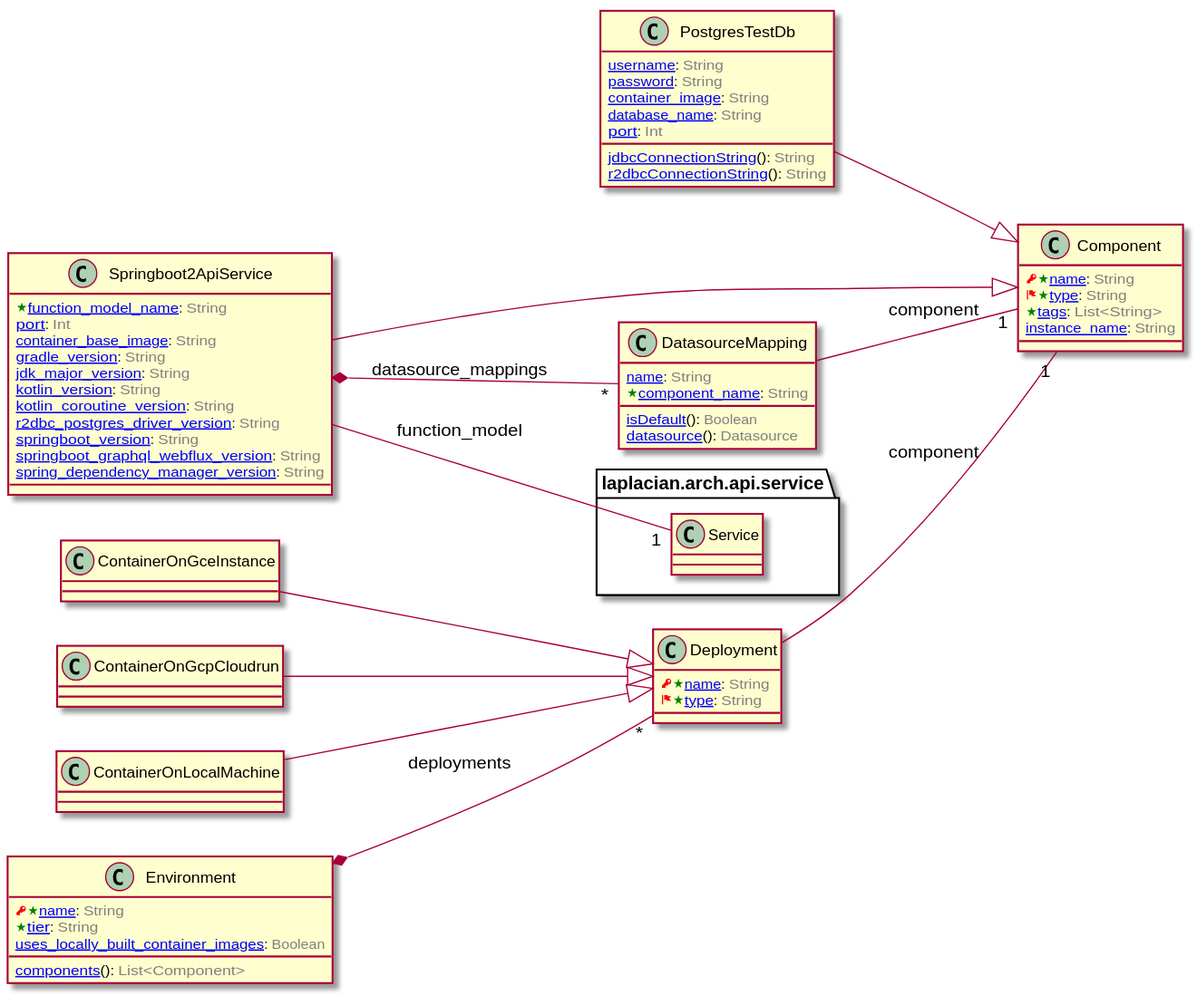
The PlantUML diagram doc/image/model-diagram.svg in laplacian-arch/deployment.domain-model, before a commit.
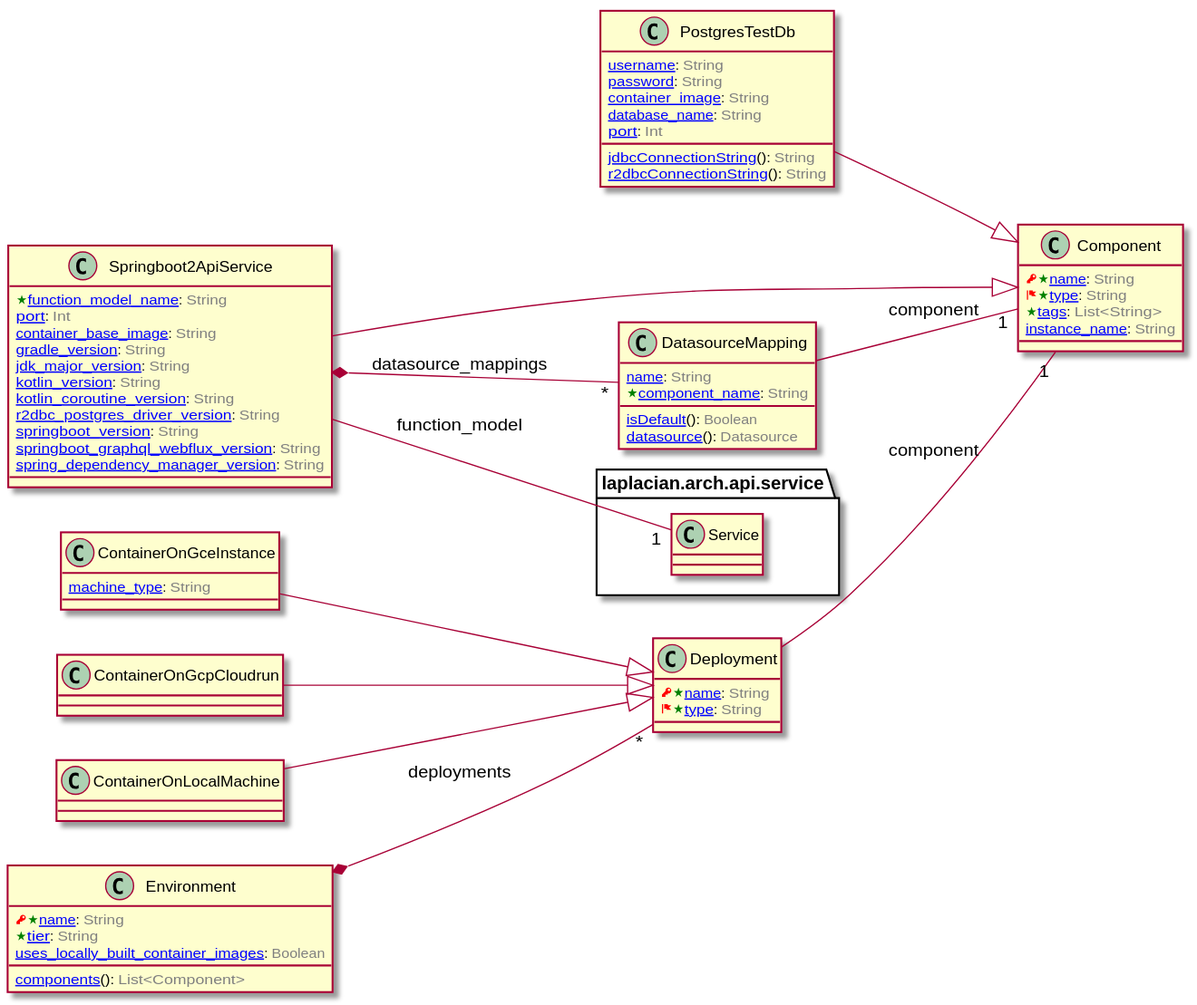
Above is the later version.

Commit message:
add a property to a deployment type

Diff of the diagram source:
```diff
@@ -100,6 +100,7 @@
 
 
 class ContainerOnGceInstance [[/blob/master/doc/entities/ContainerOnGceInstance.md]] {
+  [[/blob/master/doc/entities/ContainerOnGceInstance.md#machine_type-string machine_type]]: <color:GRAY>String</color>
 }
 
 ContainerOnGceInstance --|> Deployment
```
